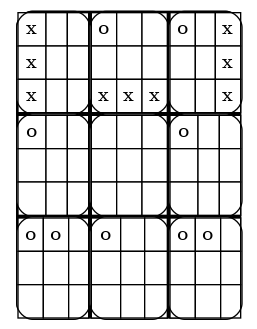
Earlier version of the Graphviz export output.png (JetMagpie/FilRouge_Super_Morpion). Its source is kept beside it as output.dot.
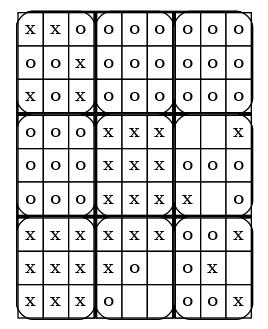
Later version of the same file.

The edit, as a diff of the source:
```diff
@@ -6,31 +6,87 @@
       <TD><TABLE border="1" cellspacing="0" cellpadding="4" style="rounded" bgcolor="white">
   <TR>
 <TD bgcolor="white">x</TD>
-<TD bgcolor="white"> </TD>
-<TD bgcolor="white"> </TD>
+<TD bgcolor="white">x</TD>
+<TD bgcolor="white">o</TD>
+  </TR>
+  <TR>
+<TD bgcolor="white">o</TD>
+<TD bgcolor="white">o</TD>
+<TD bgcolor="white">x</TD>
   </TR>
   <TR>
 <TD bgcolor="white">x</TD>
-<TD bgcolor="white"> </TD>
-<TD bgcolor="white"> </TD>
-  </TR>
-  <TR>
+<TD bgcolor="white">o</TD>
 <TD bgcolor="white">x</TD>
-<TD bgcolor="white"> </TD>
-<TD bgcolor="white"> </TD>
   </TR>
 </TABLE>
 </TD>
       <TD><TABLE border="1" cellspacing="0" cellpadding="4" style="rounded" bgcolor="white">
   <TR>
 <TD bgcolor="white">o</TD>
-<TD bgcolor="white"> </TD>
-<TD bgcolor="white"> </TD>
+<TD bgcolor="white">o</TD>
+<TD bgcolor="white">o</TD>
   </TR>
   <TR>
-<TD bgcolor="white"> </TD>
-<TD bgcolor="white"> </TD>
-<TD bgcolor="white"> </TD>
+<TD bgcolor="white">o</TD>
+<TD bgcolor="white">o</TD>
+<TD bgcolor="white">o</TD>
+  </TR>
+  <TR>
+<TD bgcolor="white">o</TD>
+<TD bgcolor="white">o</TD>
+<TD bgcolor="white">o</TD>
+  </TR>
+</TABLE>
+</TD>
+      <TD><TABLE border="1" cellspacing="0" cellpadding="4" style="rounded" bgcolor="white">
+  <TR>
+<TD bgcolor="white">o</TD>
+<TD bgcolor="white">o</TD>
+<TD bgcolor="white">o</TD>
+  </TR>
+  <TR>
+<TD bgcolor="white">o</TD>
+<TD bgcolor="white">o</TD>
+<TD bgcolor="white">o</TD>
+  </TR>
+  <TR>
+<TD bgcolor="white">o</TD>
+<TD bgcolor="white">o</TD>
+<TD bgcolor="white">o</TD>
+  </TR>
+</TABLE>
+</TD>
+    </TR>
+    <TR>
+      <TD><TABLE border="1" cellspacing="0" cellpadding="4" style="rounded" bgcolor="white">
+  <TR>
+<TD bgcolor="white">o</TD>
+<TD bgcolor="white">o</TD>
+<TD bgcolor="white">o</TD>
+  </TR>
+  <TR>
+<TD bgcolor="white">o</TD>
+<TD bgcolor="white">o</TD>
+<TD bgcolor="white">o</TD>
+  </TR>
+  <TR>
+<TD bgcolor="white">o</TD>
+<TD bgcolor="white">o</TD>
+<TD bgcolor="white">o</TD>
+  </TR>
+</TABLE>
+</TD>
+      <TD><TABLE border="1" cellspacing="0" cellpadding="4" style="rounded" bgcolor="white">
+  <TR>
+<TD bgcolor="white">x</TD>
+<TD bgcolor="white">x</TD>
+<TD bgcolor="white">x</TD>
+  </TR>
+  <TR>
+<TD bgcolor="white">x</TD>
+<TD bgcolor="white">x</TD>
+<TD bgcolor="white">x</TD>
   </TR>
   <TR>
 <TD bgcolor="white">x</TD>
@@ -41,19 +97,19 @@
 </TD>
       <TD><TABLE border="1" cellspacing="0" cellpadding="4" style="rounded" bgcolor="white">
   <TR>
-<TD bgcolor="white">o</TD>
-<TD bgcolor="white"> </TD>
-<TD bgcolor="white">x</TD>
-  </TR>
-  <TR>
 <TD bgcolor="white"> </TD>
 <TD bgcolor="white"> </TD>
 <TD bgcolor="white">x</TD>
   </TR>
   <TR>
+<TD bgcolor="white">o</TD>
+<TD bgcolor="white">o</TD>
+<TD bgcolor="white">o</TD>
+  </TR>
+  <TR>
+<TD bgcolor="white">x</TD>
 <TD bgcolor="white"> </TD>
-<TD bgcolor="white"> </TD>
-<TD bgcolor="white">x</TD>
+<TD bgcolor="white">o</TD>
   </TR>
 </TABLE>
 </TD>
@@ -61,91 +117,35 @@
     <TR>
       <TD><TABLE border="1" cellspacing="0" cellpadding="4" style="rounded" bgcolor="white">
   <TR>
-<TD bgcolor="white">o</TD>
-<TD bgcolor="white"> </TD>
-<TD bgcolor="white"> </TD>
+<TD bgcolor="white">x</TD>
+<TD bgcolor="white">x</TD>
+<TD bgcolor="white">x</TD>
   </TR>
   <TR>
-<TD bgcolor="white"> </TD>
-<TD bgcolor="white"> </TD>
-<TD bgcolor="white"> </TD>
+<TD bgcolor="white">x</TD>
+<TD bgcolor="white">x</TD>
+<TD bgcolor="white">x</TD>
   </TR>
   <TR>
-<TD bgcolor="white"> </TD>
-<TD bgcolor="white"> </TD>
-<TD bgcolor="white"> </TD>
+<TD bgcolor="white">x</TD>
+<TD bgcolor="white">x</TD>
+<TD bgcolor="white">x</TD>
   </TR>
 </TABLE>
 </TD>
       <TD><TABLE border="1" cellspacing="0" cellpadding="4" style="rounded" bgcolor="white">
   <TR>
-<TD bgcolor="white"> </TD>
-<TD bgcolor="white"> </TD>
-<TD bgcolor="white"> </TD>
+<TD bgcolor="white">x</TD>
+<TD bgcolor="white">x</TD>
+<TD bgcolor="white">x</TD>
   </TR>
   <TR>
-<TD bgcolor="white"> </TD>
-<TD bgcolor="white"> </TD>
-<TD bgcolor="white"> </TD>
-  </TR>
-  <TR>
-<TD bgcolor="white"> </TD>
-<TD bgcolor="white"> </TD>
-<TD bgcolor="white"> </TD>
-  </TR>
-</TABLE>
-</TD>
-      <TD><TABLE border="1" cellspacing="0" cellpadding="4" style="rounded" bgcolor="white">
-  <TR>
-<TD bgcolor="white">o</TD>
-<TD bgcolor="white"> </TD>
-<TD bgcolor="white"> </TD>
-  </TR>
-  <TR>
-<TD bgcolor="white"> </TD>
-<TD bgcolor="white"> </TD>
-<TD bgcolor="white"> </TD>
-  </TR>
-  <TR>
-<TD bgcolor="white"> </TD>
-<TD bgcolor="white"> </TD>
-<TD bgcolor="white"> </TD>
-  </TR>
-</TABLE>
-</TD>
-    </TR>
-    <TR>
-      <TD><TABLE border="1" cellspacing="0" cellpadding="4" style="rounded" bgcolor="white">
-  <TR>
-<TD bgcolor="white">o</TD>
+<TD bgcolor="white">x</TD>
 <TD bgcolor="white">o</TD>
 <TD bgcolor="white"> </TD>
   </TR>
   <TR>
-<TD bgcolor="white"> </TD>
-<TD bgcolor="white"> </TD>
-<TD bgcolor="white"> </TD>
-  </TR>
-  <TR>
-<TD bgcolor="white"> </TD>
-<TD bgcolor="white"> </TD>
-<TD bgcolor="white"> </TD>
-  </TR>
-</TABLE>
-</TD>
-      <TD><TABLE border="1" cellspacing="0" cellpadding="4" style="rounded" bgcolor="white">
-  <TR>
 <TD bgcolor="white">o</TD>
-<TD bgcolor="white"> </TD>
-<TD bgcolor="white"> </TD>
-  </TR>
-  <TR>
-<TD bgcolor="white"> </TD>
-<TD bgcolor="white"> </TD>
-<TD bgcolor="white"> </TD>
-  </TR>
-  <TR>
-<TD bgcolor="white"> </TD>
 <TD bgcolor="white"> </TD>
 <TD bgcolor="white"> </TD>
   </TR>
@@ -155,17 +155,17 @@
   <TR>
 <TD bgcolor="white">o</TD>
 <TD bgcolor="white">o</TD>
+<TD bgcolor="white">x</TD>
+  </TR>
+  <TR>
+<TD bgcolor="white">o</TD>
+<TD bgcolor="white">x</TD>
 <TD bgcolor="white"> </TD>
   </TR>
   <TR>
-<TD bgcolor="white"> </TD>
-<TD bgcolor="white"> </TD>
-<TD bgcolor="white"> </TD>
-  </TR>
-  <TR>
-<TD bgcolor="white"> </TD>
-<TD bgcolor="white"> </TD>
-<TD bgcolor="white"> </TD>
+<TD bgcolor="white">o</TD>
+<TD bgcolor="white">o</TD>
+<TD bgcolor="white">x</TD>
   </TR>
 </TABLE>
 </TD>
```
